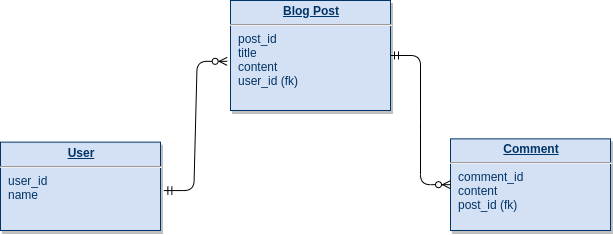
The draw.io diagram ea_schema.png in rostgoat/ea-blog-api, before a commit. Source tidied: cells renumbered, new cells last; positions are measured from the earlier drawing's top-left corner, leaving out a move shared by most shapes.
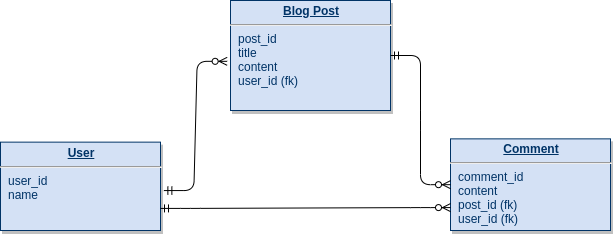
The same diagram one commit later.

What changed in the source:
```diff
@@ -2,7 +2,7 @@
   <root>
     <mxCell id="0" />
     <mxCell id="1" parent="0" />
-    <mxCell id="2" value="&lt;p style=&quot;margin: 0px ; margin-top: 4px ; text-align: center ; text-decoration: underline&quot;&gt;&lt;b&gt;Comment&lt;/b&gt;&lt;/p&gt;&lt;hr&gt;&lt;p style=&quot;margin: 0px ; margin-left: 8px&quot;&gt;comment_id&lt;/p&gt;&lt;p style=&quot;margin: 0px ; margin-left: 8px&quot;&gt;content&lt;/p&gt;&lt;p style=&quot;margin: 0px 0px 0px 8px&quot;&gt;post_id (fk)&lt;/p&gt;" style="verticalAlign=top;align=left;overflow=fill;fontSize=12;fontFamily=Helvetica;html=1;strokeColor=#003366;shadow=1;fillColor=#D4E1F5;fontColor=#003366;" parent="1" vertex="1">
+    <mxCell id="2" value="&lt;p style=&quot;margin: 0px ; margin-top: 4px ; text-align: center ; text-decoration: underline&quot;&gt;&lt;b&gt;Comment&lt;/b&gt;&lt;/p&gt;&lt;hr&gt;&lt;p style=&quot;margin: 0px ; margin-left: 8px&quot;&gt;comment_id&lt;/p&gt;&lt;p style=&quot;margin: 0px ; margin-left: 8px&quot;&gt;content&lt;/p&gt;&lt;p style=&quot;margin: 0px 0px 0px 8px&quot;&gt;post_id (fk)&lt;/p&gt;&lt;p style=&quot;margin: 0px 0px 0px 8px&quot;&gt;user_id (fk)&lt;/p&gt;&lt;p style=&quot;margin: 0px 0px 0px 8px&quot;&gt;&lt;br&gt;&lt;/p&gt;" style="verticalAlign=top;align=left;overflow=fill;fontSize=12;fontFamily=Helvetica;html=1;strokeColor=#003366;shadow=1;fillColor=#D4E1F5;fontColor=#003366;" parent="1" vertex="1">
       <mxGeometry x="450" y="138.4" width="160" height="91.6" as="geometry" />
     </mxCell>
     <mxCell id="3" value="&lt;p style=&quot;margin: 0px ; margin-top: 4px ; text-align: center ; text-decoration: underline&quot;&gt;&lt;b&gt;User&lt;/b&gt;&lt;/p&gt;&lt;hr&gt;&lt;p style=&quot;margin: 0px ; margin-left: 8px&quot;&gt;user_id&lt;/p&gt;&lt;p style=&quot;margin: 0px ; margin-left: 8px&quot;&gt;name&lt;/p&gt;" style="verticalAlign=top;align=left;overflow=fill;fontSize=12;fontFamily=Helvetica;html=1;strokeColor=#003366;shadow=1;fillColor=#D4E1F5;fontColor=#003366;" parent="1" vertex="1">
@@ -17,5 +17,8 @@
     <mxCell id="6" style="edgeStyle=entityRelationEdgeStyle;fontSize=12;html=1;endArrow=ERzeroToMany;startArrow=ERmandOne;exitX=1;exitY=0.5;exitDx=0;exitDy=0;" parent="1" edge="1" source="4" target="2">
       <mxGeometry relative="1" as="geometry" />
     </mxCell>
+    <mxCell id="7" style="edgeStyle=entityRelationEdgeStyle;fontSize=12;html=1;endArrow=ERzeroToMany;startArrow=ERmandOne;exitX=1;exitY=0.75;exitDx=0;exitDy=0;entryX=0;entryY=0.75;entryDx=0;entryDy=0;" parent="1" edge="1" source="3" target="2">
+      <mxGeometry relative="1" as="geometry" />
+    </mxCell>
   </root>
 </mxGraphModel>
```
